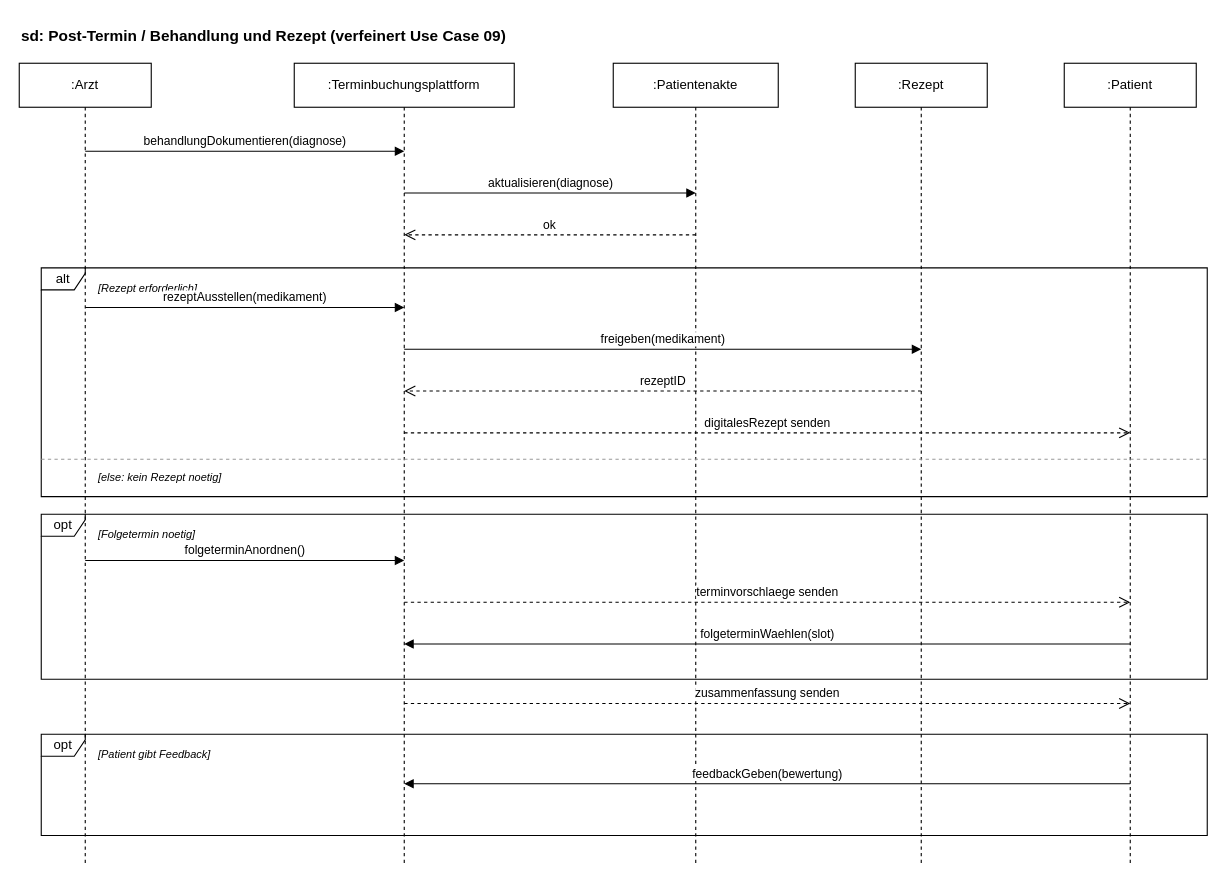
LucaD2007/AutoMedic keeps this draw.io diagram as Sequenzdiagramme/03-PostTermin.drawio. Above is the earlier version. Source tidied: cells renumbered, new cells numbered last; positions are measured from the earlier drawing's top-left corner, leaving out a move shared by most shapes. Both pictures are drawn from the tidied source at 110%, with x=0, y=0 at pixel (19, 19).
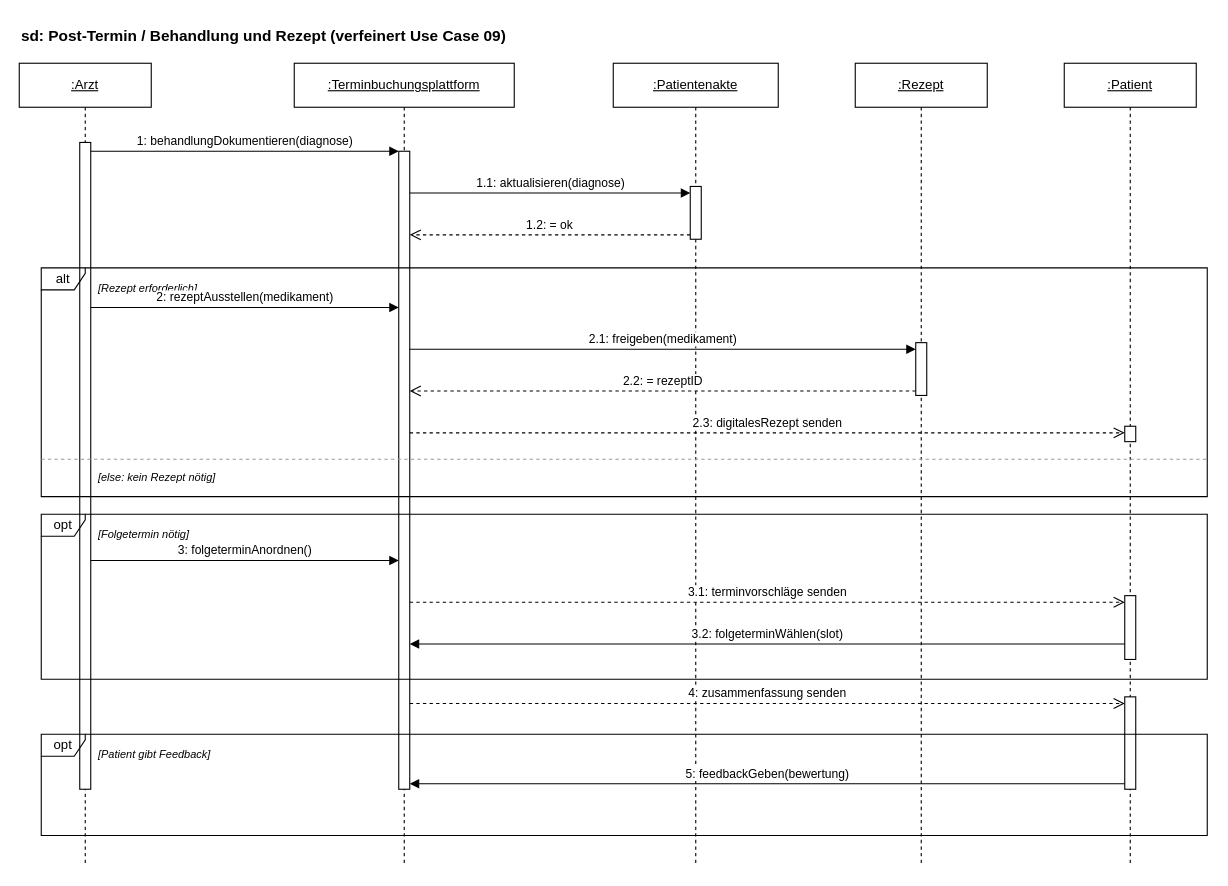
The same diagram, later.

Commit message (it also covers changes not shown here):
Sequenzdiagramm 3 verbessert

What changed in the source:
```diff
@@
-    <mxCell id="3" value=":Arzt" style="shape=umlLifeline;perimeter=lifelinePerimeter;whiteSpace=wrap;html=1;size=40;" parent="1" vertex="1">
+    <mxCell id="3" value=":Arzt" style="shape=umlLifeline;perimeter=lifelinePerimeter;whiteSpace=wrap;html=1;size=40;fontStyle=4;" parent="1" vertex="1">
       <mxGeometry y="40" width="120" height="730" as="geometry" />
     </mxCell>
-    <mxCell id="4" value=":Terminbuchungsplattform" style="shape=umlLifeline;perimeter=lifelinePerimeter;whiteSpace=wrap;html=1;size=40;" parent="1" vertex="1">
+    <mxCell id="4" value=":Terminbuchungsplattform" style="shape=umlLifeline;perimeter=lifelinePerimeter;whiteSpace=wrap;html=1;size=40;fontStyle=4;" parent="1" vertex="1">
       <mxGeometry x="250" y="40" width="200" height="730" as="geometry" />
     </mxCell>
-    <mxCell id="5" value=":Patientenakte" style="shape=umlLifeline;perimeter=lifelinePerimeter;whiteSpace=wrap;html=1;size=40;" parent="1" vertex="1">
+    <mxCell id="5" value=":Patientenakte" style="shape=umlLifeline;perimeter=lifelinePerimeter;whiteSpace=wrap;html=1;size=40;fontStyle=4;" parent="1" vertex="1">
       <mxGeometry x="540" y="40" width="150" height="730" as="geometry" />
     </mxCell>
-    <mxCell id="6" value=":Rezept" style="shape=umlLifeline;perimeter=lifelinePerimeter;whiteSpace=wrap;html=1;size=40;" parent="1" vertex="1">
+    <mxCell id="6" value=":Rezept" style="shape=umlLifeline;perimeter=lifelinePerimeter;whiteSpace=wrap;html=1;size=40;fontStyle=4;" parent="1" vertex="1">
       <mxGeometry x="760" y="40" width="120" height="730" as="geometry" />
     </mxCell>
-    <mxCell id="7" value=":Patient" style="shape=umlLifeline;perimeter=lifelinePerimeter;whiteSpace=wrap;html=1;size=40;" parent="1" vertex="1">
+    <mxCell id="7" value=":Patient" style="shape=umlLifeline;perimeter=lifelinePerimeter;whiteSpace=wrap;html=1;size=40;fontStyle=4;" parent="1" vertex="1">
       <mxGeometry x="950" y="40" width="120" height="730" as="geometry" />
     </mxCell>
+    <mxCell id="28" style="html=1;rounded=0;fillColor=#FFFFFF;strokeColor=#000000;" parent="1" vertex="1">
+      <mxGeometry x="55" y="112" width="10" height="588" as="geometry" />
+    </mxCell>
+    <mxCell id="29" style="html=1;rounded=0;fillColor=#FFFFFF;strokeColor=#000000;" parent="1" vertex="1">
+      <mxGeometry x="345" y="120" width="10" height="580" as="geometry" />
+    </mxCell>
+    <mxCell id="30" style="html=1;rounded=0;fillColor=#FFFFFF;strokeColor=#000000;" parent="1" vertex="1">
+      <mxGeometry x="610" y="152" width="10" height="48" as="geometry" />
+    </mxCell>
+    <mxCell id="31" style="html=1;rounded=0;fillColor=#FFFFFF;strokeColor=#000000;" parent="1" vertex="1">
+      <mxGeometry x="815" y="294" width="10" height="48" as="geometry" />
+    </mxCell>
+    <mxCell id="32" style="html=1;rounded=0;fillColor=#FFFFFF;strokeColor=#000000;" parent="1" vertex="1">
+      <mxGeometry x="1005" y="370" width="10" height="14" as="geometry" />
+    </mxCell>
+    <mxCell id="33" style="html=1;rounded=0;fillColor=#FFFFFF;strokeColor=#000000;" parent="1" vertex="1">
+      <mxGeometry x="1005" y="524" width="10" height="58" as="geometry" />
+    </mxCell>
+    <mxCell id="34" style="html=1;rounded=0;fillColor=#FFFFFF;strokeColor=#000000;" parent="1" vertex="1">
+      <mxGeometry x="1005" y="616" width="10" height="84" as="geometry" />
+    </mxCell>
@@
-    <mxCell id="11" value="[else: kein Rezept noetig]" style="text;html=1;align=left;fontSize=10;fontStyle=2;" parent="1" vertex="1">
+    <mxCell id="11" value="[else: kein Rezept nötig]" style="text;html=1;align=left;fontSize=10;fontStyle=2;" parent="1" vertex="1">
       <mxGeometry x="70" y="404" width="260" height="18" as="geometry" />
     </mxCell>
@@
-    <mxCell id="13" value="[Folgetermin noetig]" style="text;html=1;align=left;fontSize=10;fontStyle=2;" parent="1" vertex="1">
+    <mxCell id="13" value="[Folgetermin nötig]" style="text;html=1;align=left;fontSize=10;fontStyle=2;" parent="1" vertex="1">
       <mxGeometry x="70" y="456" width="260" height="18" as="geometry" />
     </mxCell>
@@
-    <mxCell id="16" value="behandlungDokumentieren(diagnose)" style="html=1;verticalAlign=bottom;endArrow=block;rounded=0;" parent="1" edge="1">
+    <mxCell id="16" value="1: behandlungDokumentieren(diagnose)" style="html=1;verticalAlign=bottom;endArrow=block;rounded=0;" parent="1" edge="1">
       <mxGeometry relative="1" as="geometry">
-        <mxPoint x="60" y="120" as="sourcePoint" />
-        <mxPoint x="350" y="120" as="targetPoint" />
+        <mxPoint x="65" y="120" as="sourcePoint" />
+        <mxPoint x="345" y="120" as="targetPoint" />
       </mxGeometry>
     </mxCell>
-    <mxCell id="17" value="aktualisieren(diagnose)" style="html=1;verticalAlign=bottom;endArrow=block;rounded=0;" parent="1" edge="1">
+    <mxCell id="17" value="1.1: aktualisieren(diagnose)" style="html=1;verticalAlign=bottom;endArrow=block;rounded=0;" parent="1" edge="1">
       <mxGeometry relative="1" as="geometry">
-        <mxPoint x="350" y="158" as="sourcePoint" />
-        <mxPoint x="615" y="158" as="targetPoint" />
+        <mxPoint x="355" y="158" as="sourcePoint" />
+        <mxPoint x="610" y="158" as="targetPoint" />
       </mxGeometry>
     </mxCell>
-    <mxCell id="18" value="ok" style="html=1;verticalAlign=bottom;endArrow=open;dashed=1;rounded=0;endSize=8;" parent="1" edge="1">
+    <mxCell id="18" value="1.2: = ok" style="html=1;verticalAlign=bottom;endArrow=open;dashed=1;rounded=0;endSize=8;" parent="1" edge="1">
       <mxGeometry relative="1" as="geometry">
-        <mxPoint x="615" y="196" as="sourcePoint" />
-        <mxPoint x="350" y="196" as="targetPoint" />
+        <mxPoint x="610" y="196" as="sourcePoint" />
+        <mxPoint x="355" y="196" as="targetPoint" />
       </mxGeometry>
     </mxCell>
-    <mxCell id="19" value="rezeptAusstellen(medikament)" style="html=1;verticalAlign=bottom;endArrow=block;rounded=0;" parent="1" edge="1">
+    <mxCell id="19" value="2: rezeptAusstellen(medikament)" style="html=1;verticalAlign=bottom;endArrow=block;rounded=0;" parent="1" edge="1">
       <mxGeometry relative="1" as="geometry">
-        <mxPoint x="60" y="262" as="sourcePoint" />
-        <mxPoint x="350" y="262" as="targetPoint" />
+        <mxPoint x="65" y="262" as="sourcePoint" />
+        <mxPoint x="345" y="262" as="targetPoint" />
       </mxGeometry>
     </mxCell>
-    <mxCell id="20" value="freigeben(medikament)" style="html=1;verticalAlign=bottom;endArrow=block;rounded=0;" parent="1" edge="1">
+    <mxCell id="20" value="2.1: freigeben(medikament)" style="html=1;verticalAlign=bottom;endArrow=block;rounded=0;" parent="1" edge="1">
       <mxGeometry relative="1" as="geometry">
-        <mxPoint x="350" y="300" as="sourcePoint" />
-        <mxPoint x="820" y="300" as="targetPoint" />
+        <mxPoint x="355" y="300" as="sourcePoint" />
+        <mxPoint x="815" y="300" as="targetPoint" />
       </mxGeometry>
     </mxCell>
-    <mxCell id="21" value="rezeptID" style="html=1;verticalAlign=bottom;endArrow=open;dashed=1;rounded=0;endSize=8;" parent="1" edge="1">
+    <mxCell id="21" value="2.2: = rezeptID" style="html=1;verticalAlign=bottom;endArrow=open;dashed=1;rounded=0;endSize=8;" parent="1" edge="1">
       <mxGeometry relative="1" as="geometry">
-        <mxPoint x="820" y="338" as="sourcePoint" />
-        <mxPoint x="350" y="338" as="targetPoint" />
+        <mxPoint x="815" y="338" as="sourcePoint" />
+        <mxPoint x="355" y="338" as="targetPoint" />
       </mxGeometry>
     </mxCell>
-    <mxCell id="22" value="digitalesRezept senden" style="html=1;verticalAlign=bottom;endArrow=open;dashed=1;rounded=0;endSize=8;" parent="1" edge="1">
+    <mxCell id="22" value="2.3: digitalesRezept senden" style="html=1;verticalAlign=bottom;endArrow=open;dashed=1;rounded=0;endSize=8;" parent="1" edge="1">
       <mxGeometry relative="1" as="geometry">
-        <mxPoint x="350" y="376" as="sourcePoint" />
-        <mxPoint x="1010" y="376" as="targetPoint" />
+        <mxPoint x="355" y="376" as="sourcePoint" />
+        <mxPoint x="1005" y="376" as="targetPoint" />
       </mxGeometry>
     </mxCell>
-    <mxCell id="23" value="folgeterminAnordnen()" style="html=1;verticalAlign=bottom;endArrow=block;rounded=0;" parent="1" edge="1">
+    <mxCell id="23" value="3: folgeterminAnordnen()" style="html=1;verticalAlign=bottom;endArrow=block;rounded=0;" parent="1" edge="1">
       <mxGeometry relative="1" as="geometry">
-        <mxPoint x="60" y="492" as="sourcePoint" />
-        <mxPoint x="350" y="492" as="targetPoint" />
+        <mxPoint x="65" y="492" as="sourcePoint" />
+        <mxPoint x="345" y="492" as="targetPoint" />
       </mxGeometry>
     </mxCell>
-    <mxCell id="24" value="terminvorschlaege senden" style="html=1;verticalAlign=bottom;endArrow=open;dashed=1;rounded=0;endSize=8;" parent="1" edge="1">
+    <mxCell id="24" value="3.1: terminvorschläge senden" style="html=1;verticalAlign=bottom;endArrow=open;dashed=1;rounded=0;endSize=8;" parent="1" edge="1">
       <mxGeometry relative="1" as="geometry">
-        <mxPoint x="350" y="530" as="sourcePoint" />
-        <mxPoint x="1010" y="530" as="targetPoint" />
+        <mxPoint x="355" y="530" as="sourcePoint" />
+        <mxPoint x="1005" y="530" as="targetPoint" />
       </mxGeometry>
     </mxCell>
-    <mxCell id="25" value="folgeterminWaehlen(slot)" style="html=1;verticalAlign=bottom;endArrow=block;rounded=0;" parent="1" edge="1">
+    <mxCell id="25" value="3.2: folgeterminWählen(slot)" style="html=1;verticalAlign=bottom;endArrow=block;rounded=0;" parent="1" edge="1">
       <mxGeometry relative="1" as="geometry">
-        <mxPoint x="1010" y="568" as="sourcePoint" />
-        <mxPoint x="350" y="568" as="targetPoint" />
+        <mxPoint x="1005" y="568" as="sourcePoint" />
+        <mxPoint x="355" y="568" as="targetPoint" />
       </mxGeometry>
     </mxCell>
-    <mxCell id="26" value="zusammenfassung senden" style="html=1;verticalAlign=bottom;endArrow=open;dashed=1;rounded=0;endSize=8;" parent="1" edge="1">
+    <mxCell id="26" value="4: zusammenfassung senden" style="html=1;verticalAlign=bottom;endArrow=open;dashed=1;rounded=0;endSize=8;" parent="1" edge="1">
       <mxGeometry relative="1" as="geometry">
-        <mxPoint x="350" y="622" as="sourcePoint" />
-        <mxPoint x="1010" y="622" as="targetPoint" />
+        <mxPoint x="355" y="622" as="sourcePoint" />
+        <mxPoint x="1005" y="622" as="targetPoint" />
       </mxGeometry>
     </mxCell>
-    <mxCell id="27" value="feedbackGeben(bewertung)" style="html=1;verticalAlign=bottom;endArrow=block;rounded=0;" parent="1" edge="1">
+    <mxCell id="27" value="5: feedbackGeben(bewertung)" style="html=1;verticalAlign=bottom;endArrow=block;rounded=0;" parent="1" edge="1">
       <mxGeometry relative="1" as="geometry">
-        <mxPoint x="1010" y="695" as="sourcePoint" />
-        <mxPoint x="350" y="695" as="targetPoint" />
+        <mxPoint x="1005" y="695" as="sourcePoint" />
+        <mxPoint x="355" y="695" as="targetPoint" />
       </mxGeometry>
     </mxCell>
```
